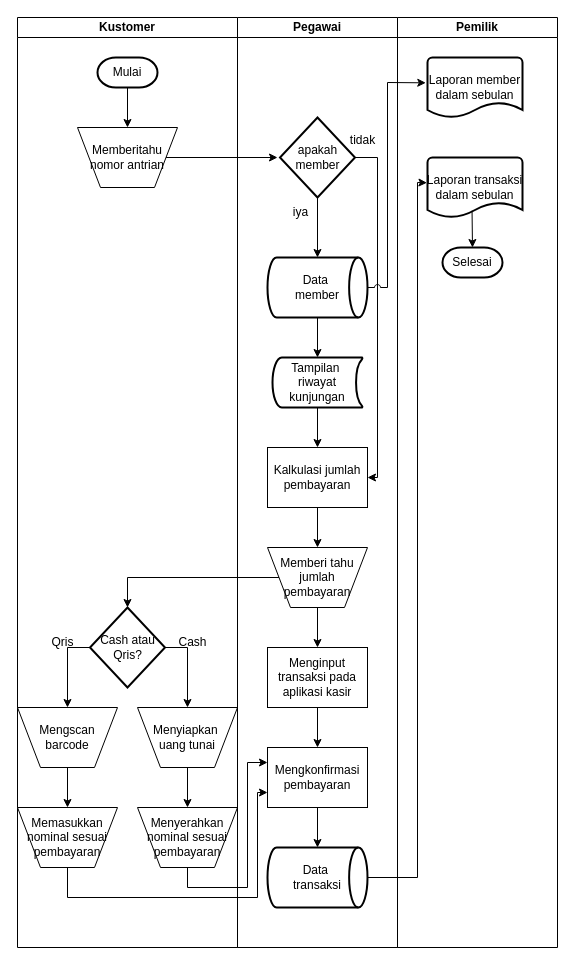
Earlier version of the draw.io diagram Sistem Flow Barbershop[.drawio (yogadwipayana/ERD). Source tidied: cells renumbered, new cells numbered last; positions are measured from the earlier drawing's top-left corner, leaving out a move shared by most shapes. Both pictures are drawn from the tidied source at 100%, with x=0, y=0 at pixel (17, 17).
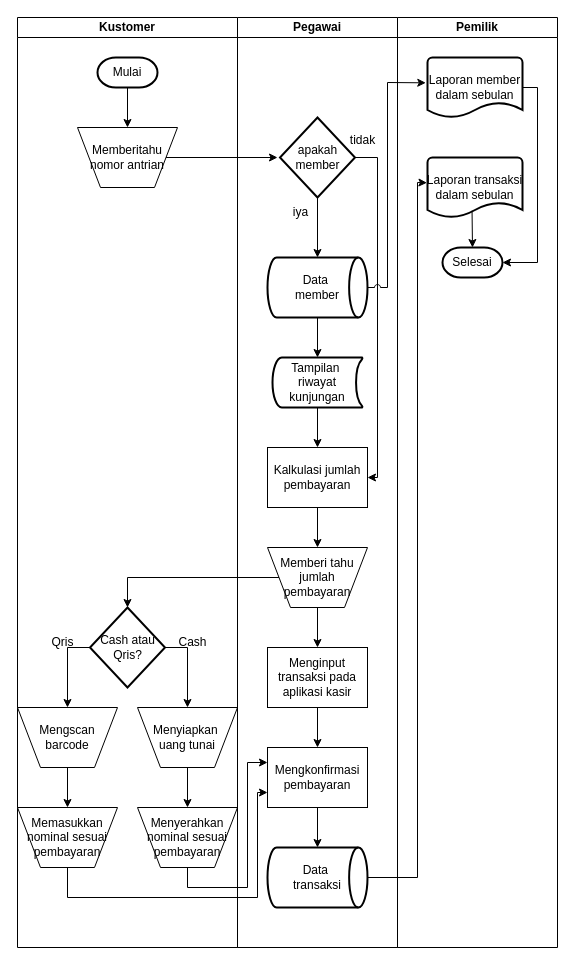
Above is the later version.

Unchanged cells that the change refers to:
```xml
<mxCell id="36" value="Pemilik" style="swimlane;startSize=20;whiteSpace=wrap;html=1;" parent="1" vertex="1">
  <mxGeometry x="380" width="160" height="930" as="geometry" />
</mxCell>
<mxCell id="38" value="Selesai" style="strokeWidth=2;html=1;shape=mxgraph.flowchart.terminator;whiteSpace=wrap;" parent="36" vertex="1">
  <mxGeometry x="45" y="230" width="60" height="30" as="geometry" />
</mxCell>
<mxCell id="40" value="Laporan&amp;nbsp;&lt;span style=&quot;background-color: transparent; color: light-dark(rgb(0, 0, 0), rgb(255, 255, 255));&quot;&gt;member&lt;/span&gt;&lt;div&gt;dalam sebulan&lt;/div&gt;" style="strokeWidth=2;html=1;shape=mxgraph.flowchart.document2;whiteSpace=wrap;size=0.25;" parent="36" vertex="1">
  <mxGeometry x="30" y="40" width="95" height="60" as="geometry" />
</mxCell>
```

Diff of the diagram source:
```diff
@@
+    <mxCell id="47" style="endArrow=classic;html=1;rounded=0;exitX=1;exitY=0.5;exitDx=0;exitDy=0;exitPerimeter=0;entryX=1;entryY=0.5;entryDx=0;entryDy=0;entryPerimeter=0;" parent="36" edge="1" source="40" target="38">
+      <mxGeometry relative="1" as="geometry">
+        <Array as="points">
+          <mxPoint x="140" y="70" />
+          <mxPoint x="140" y="245" />
+        </Array>
+      </mxGeometry>
+    </mxCell>
```
